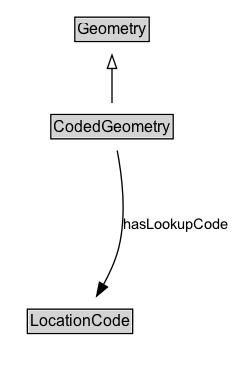
Earlier version of the Graphviz export docs/diagrams/CodedGeometry.dot.png (ISO-TC204/ontology-its-location-v1). Its source is kept beside it as docs/diagrams/CodedGeometry.dot.
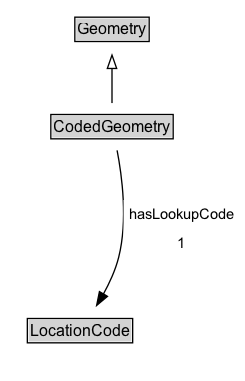
Above is the later version.

The edit, as a diff of the source:
```diff
@@ -19,5 +19,5 @@
 	CodedGeometry -> Invis [style=invis]
 	Invis -> LocationCode [style=invis]
 	LocationCode [label=<<TABLE BORDER="1" CELLBORDER="0" CELLSPACING="0" CELLPADDING="1"><TR><TD BGCOLOR="lightgray" ALIGN="CENTER">LocationCode</TD></TR></TABLE>> URL="../LocationCode" margin=0]
-	CodedGeometry -> LocationCode [label=hasLookupCode arrowhead=normal style=solid]
+	CodedGeometry -> LocationCode [label=<<TABLE BORDER="0" CELLBORDER="0" CELLSPACING="0" CELLPADDING="4" BGCOLOR="white"><TR><TD ALIGN="CENTER">hasLookupCode</TD></TR><TR><TD ALIGN="CENTER">1</TD></TR></TABLE>> arrowhead=normal style=solid]
 }
```
